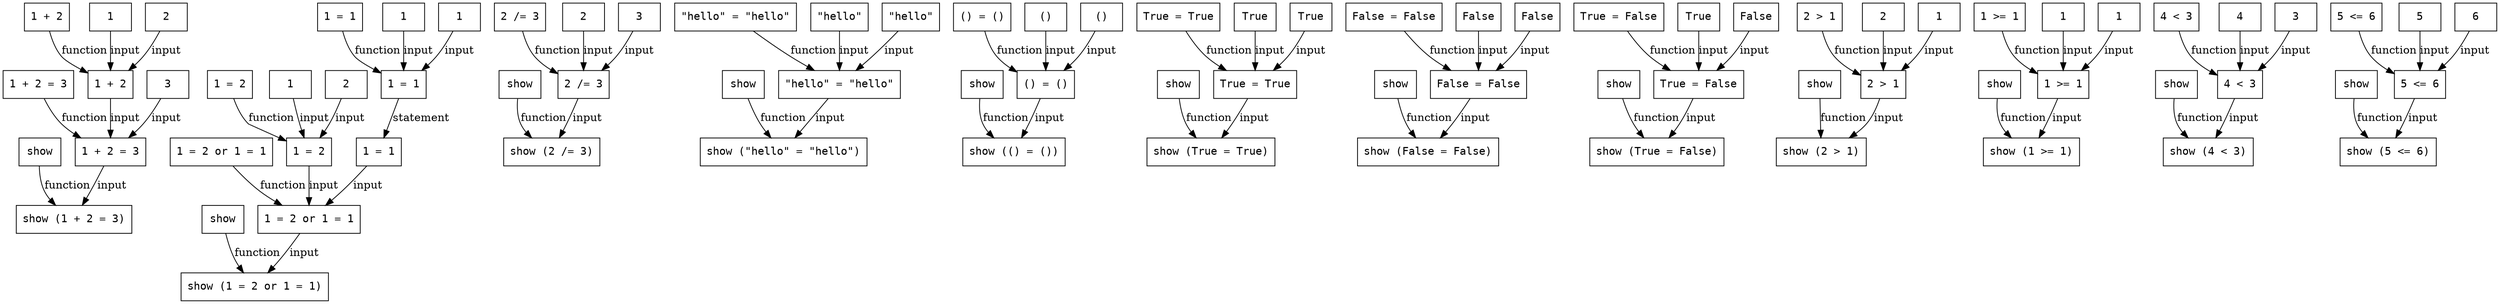
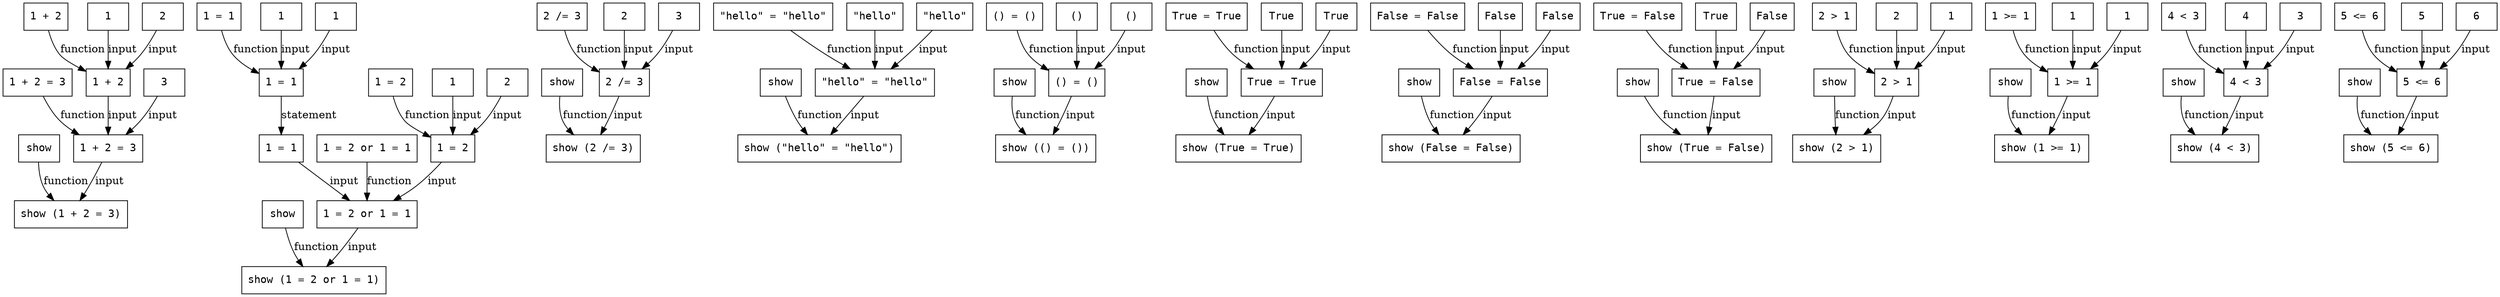
digraph G {
  node [shape=box, fontname=monospace]
  node_2_14 [label="show (1 + 2 = 3)"]
  node_2_15 [label="show"]
  node_2_17 [label="1 + 2 = 3"]
  node_2_18 [label="1 + 2 = 3"]
  node_2_21 [label="1 + 2"]
  node_2_22 [label="1 + 2"]
  node_2_26 [label="1"]
  node_2_28 [label="2"]
  node_2_30 [label="3"]
  node_2_32 [label="show (1 = 2 or 1 = 1)"]
  node_2_33 [label="show"]
  node_2_35 [label="1 = 2 or 1 = 1"]
-   node_2_39 [label="1 = 2 or 1 = 1"]
-   node_2_43 [label="1 = 2"]
+   node_2_39 [label="1 = 1"]
+   node_2_40 [label="1 = 2 or 1 = 1"]
  node_2_44 [label="1 = 2"]
-   node_2_46 [label="1"]
-   node_2_48 [label="2"]
-   node_2_50 [label="1 = 1"]
+   node_2_45 [label="1 = 2"]
+   node_2_47 [label="1"]
+   node_2_49 [label="2"]
  node_2_52 [label="1 = 1"]
  node_2_53 [label="1 = 1"]
  node_2_55 [label="1"]
  node_2_57 [label="1"]
  node_2_59 [label="show (2 /= 3)"]
  node_2_60 [label="show"]
  node_2_62 [label="2 /= 3"]
  node_2_63 [label="2 /= 3"]
  node_2_65 [label="2"]
  node_2_67 [label="3"]
  node_2_69 [label="show (\"hello\" = \"hello\")"]
  node_2_70 [label="show"]
  node_2_72 [label="\"hello\" = \"hello\""]
  node_2_73 [label="\"hello\" = \"hello\""]
  node_2_75 [label="\"hello\""]
  node_2_77 [label="\"hello\""]
  node_2_79 [label="show (() = ())"]
  node_2_80 [label="show"]
  node_2_82 [label="() = ()"]
  node_2_83 [label="() = ()"]
  node_2_85 [label="()"]
  node_2_86 [label="()"]
  node_2_87 [label="show (True = True)"]
  node_2_88 [label="show"]
  node_2_90 [label="True = True"]
  node_2_91 [label="True = True"]
  node_2_93 [label="True"]
  node_2_94 [label="True"]
  node_2_95 [label="show (False = False)"]
  node_2_96 [label="show"]
  node_2_98 [label="False = False"]
  node_2_99 [label="False = False"]
  node_2_101 [label="False"]
  node_2_102 [label="False"]
  node_2_103 [label="show (True = False)"]
  node_2_104 [label="show"]
  node_2_106 [label="True = False"]
  node_2_107 [label="True = False"]
  node_2_109 [label="True"]
  node_2_110 [label="False"]
  node_2_111 [label="show (2 > 1)"]
  node_2_112 [label="show"]
  node_2_114 [label="2 > 1"]
  node_2_115 [label="2 > 1"]
  node_2_117 [label="2"]
  node_2_119 [label="1"]
  node_2_121 [label="show (1 >= 1)"]
  node_2_122 [label="show"]
  node_2_124 [label="1 >= 1"]
  node_2_125 [label="1 >= 1"]
  node_2_127 [label="1"]
  node_2_129 [label="1"]
  node_2_131 [label="show (4 < 3)"]
  node_2_132 [label="show"]
  node_2_134 [label="4 < 3"]
  node_2_135 [label="4 < 3"]
  node_2_137 [label="4"]
  node_2_139 [label="3"]
  node_2_141 [label="show (5 <= 6)"]
  node_2_142 [label="show"]
  node_2_144 [label="5 <= 6"]
  node_2_145 [label="5 <= 6"]
  node_2_147 [label="5"]
  node_2_149 [label="6"]
  node_2_15 -> node_2_14 [label="function"]
  node_2_17 -> node_2_14 [label="input"]
  node_2_18 -> node_2_17 [label="function"]
  node_2_21 -> node_2_17 [label="input"]
  node_2_22 -> node_2_21 [label="function"]
  node_2_26 -> node_2_21 [label="input"]
  node_2_28 -> node_2_21 [label="input"]
  node_2_30 -> node_2_17 [label="input"]
  node_2_33 -> node_2_32 [label="function"]
  node_2_35 -> node_2_32 [label="input"]
-   node_2_39 -> node_2_35 [label="function"]
-   node_2_43 -> node_2_35 [label="input"]
-   node_2_44 -> node_2_43 [label="function"]
-   node_2_46 -> node_2_43 [label="input"]
-   node_2_48 -> node_2_43 [label="input"]
-   node_2_50 -> node_2_35 [label="input"]
-   node_2_52 -> node_2_50 [label="statement"]
+   node_2_39 -> node_2_35 [label="input"]
+   node_2_40 -> node_2_35 [label="function"]
+   node_2_44 -> node_2_35 [label="input"]
+   node_2_45 -> node_2_44 [label="function"]
+   node_2_47 -> node_2_44 [label="input"]
+   node_2_49 -> node_2_44 [label="input"]
+   node_2_52 -> node_2_39 [label="statement"]
  node_2_53 -> node_2_52 [label="function"]
  node_2_55 -> node_2_52 [label="input"]
  node_2_57 -> node_2_52 [label="input"]
  node_2_60 -> node_2_59 [label="function"]
  node_2_62 -> node_2_59 [label="input"]
  node_2_63 -> node_2_62 [label="function"]
  node_2_65 -> node_2_62 [label="input"]
  node_2_67 -> node_2_62 [label="input"]
  node_2_70 -> node_2_69 [label="function"]
  node_2_72 -> node_2_69 [label="input"]
  node_2_73 -> node_2_72 [label="function"]
  node_2_75 -> node_2_72 [label="input"]
  node_2_77 -> node_2_72 [label="input"]
  node_2_80 -> node_2_79 [label="function"]
  node_2_82 -> node_2_79 [label="input"]
  node_2_83 -> node_2_82 [label="function"]
  node_2_85 -> node_2_82 [label="input"]
  node_2_86 -> node_2_82 [label="input"]
  node_2_88 -> node_2_87 [label="function"]
  node_2_90 -> node_2_87 [label="input"]
  node_2_91 -> node_2_90 [label="function"]
  node_2_93 -> node_2_90 [label="input"]
  node_2_94 -> node_2_90 [label="input"]
  node_2_96 -> node_2_95 [label="function"]
  node_2_98 -> node_2_95 [label="input"]
  node_2_99 -> node_2_98 [label="function"]
  node_2_101 -> node_2_98 [label="input"]
  node_2_102 -> node_2_98 [label="input"]
  node_2_104 -> node_2_103 [label="function"]
  node_2_106 -> node_2_103 [label="input"]
  node_2_107 -> node_2_106 [label="function"]
  node_2_109 -> node_2_106 [label="input"]
  node_2_110 -> node_2_106 [label="input"]
  node_2_112 -> node_2_111 [label="function"]
  node_2_114 -> node_2_111 [label="input"]
  node_2_115 -> node_2_114 [label="function"]
  node_2_117 -> node_2_114 [label="input"]
  node_2_119 -> node_2_114 [label="input"]
  node_2_122 -> node_2_121 [label="function"]
  node_2_124 -> node_2_121 [label="input"]
  node_2_125 -> node_2_124 [label="function"]
  node_2_127 -> node_2_124 [label="input"]
  node_2_129 -> node_2_124 [label="input"]
  node_2_132 -> node_2_131 [label="function"]
  node_2_134 -> node_2_131 [label="input"]
  node_2_135 -> node_2_134 [label="function"]
  node_2_137 -> node_2_134 [label="input"]
  node_2_139 -> node_2_134 [label="input"]
  node_2_142 -> node_2_141 [label="function"]
  node_2_144 -> node_2_141 [label="input"]
  node_2_145 -> node_2_144 [label="function"]
  node_2_147 -> node_2_144 [label="input"]
  node_2_149 -> node_2_144 [label="input"]
}
